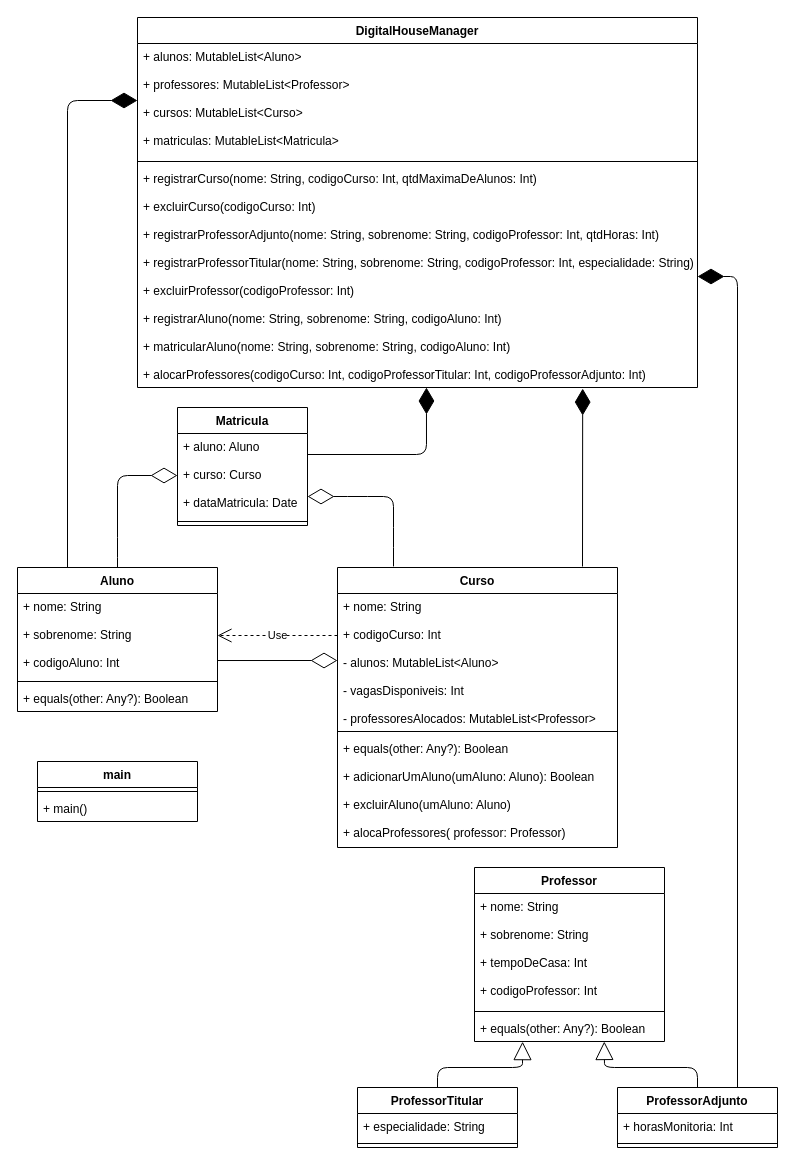
Earlier version of the draw.io diagram DesafioKotlin.drawio (artchier/desafio_kotlin). Source tidied: cells renumbered, new cells numbered last; positions are measured from the earlier drawing's top-left corner, leaving out a move shared by most shapes. Both pictures are drawn from the tidied source at 100%, with x=0, y=0 at pixel (17, 17).
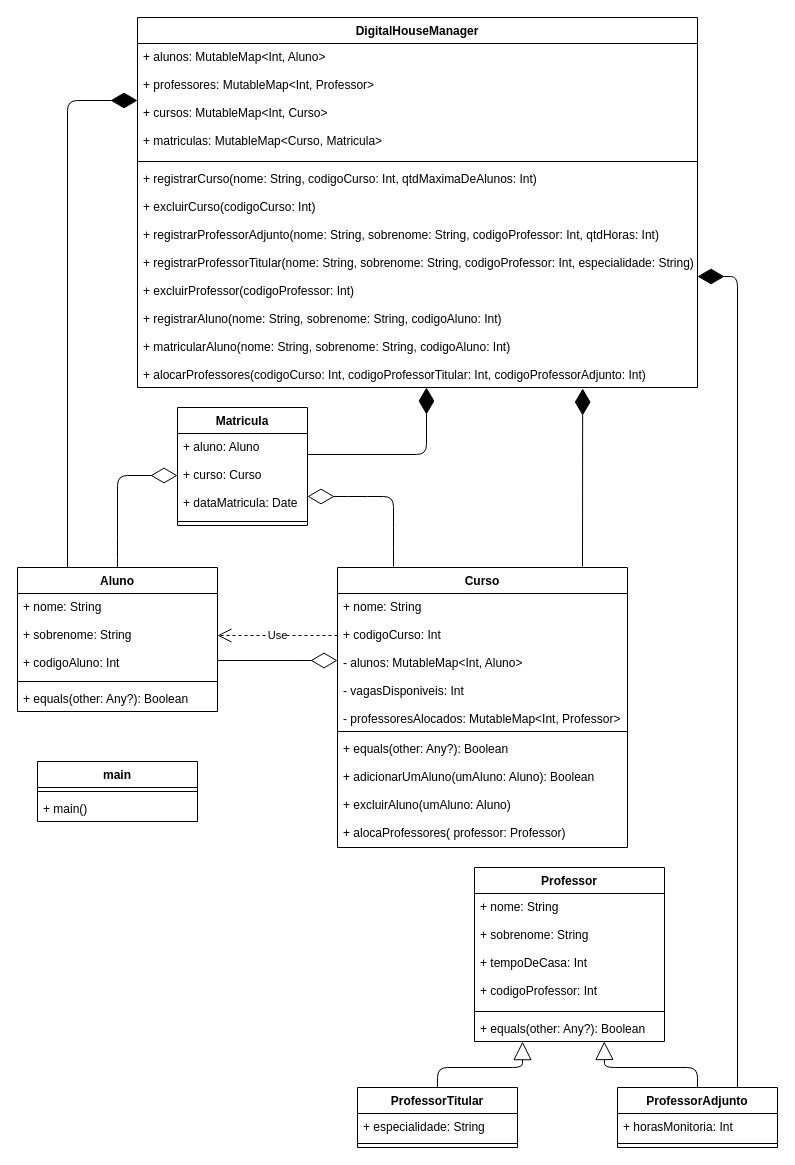
Above is the later version.

The change refers to these unchanged cells:
```xml
<mxCell id="11" value="+ aluno: Aluno&#10;&#10;+ curso: Curso&#10;&#10;+ dataMatricula: Date" style="text;strokeColor=none;fillColor=none;align=left;verticalAlign=top;spacingLeft=4;spacingRight=4;overflow=hidden;points=[[0,0.5],[1,0.5]];portConstraint=eastwest;" parent="10" vertex="1">
  <mxGeometry y="26" width="130" height="84" as="geometry" />
</mxCell>
<mxCell id="20" value="DigitalHouseManager" style="swimlane;fontStyle=1;align=center;verticalAlign=top;horizontal=1;startSize=26;" parent="1" vertex="1">
  <mxGeometry x="120" width="560" height="370" as="geometry" />
</mxCell>
```

The edit, as a diff of the source:
```diff
@@
-    <mxCell id="4" style="endArrow=diamondThin;endFill=0;endSize=24;html=1;exitX=0.2;exitY=-0.004;exitDx=0;exitDy=0;exitPerimeter=0;entryX=1;entryY=0.75;entryDx=0;entryDy=0;entryPerimeter=0;" parent="1" edge="1" source="6" target="11">
+    <mxCell id="4" style="endArrow=diamondThin;endFill=0;endSize=24;html=1;entryX=1;entryY=0.75;entryDx=0;entryDy=0;entryPerimeter=0;" parent="1" edge="1" target="11">
       <mxGeometry relative="1" as="geometry">
+        <mxPoint x="376" y="549" as="sourcePoint" />
         <Array as="points">
           <mxPoint x="376" y="520" />
           <mxPoint x="376" y="479" />
           <mxPoint x="340" y="479" />
         </Array>
       </mxGeometry>
     </mxCell>
@@
     <mxCell id="6" value="Curso" style="swimlane;fontStyle=1;align=center;verticalAlign=top;horizontal=1;startSize=26;" parent="1" vertex="1">
-      <mxGeometry x="320" y="550" width="280" height="280" as="geometry" />
+      <mxGeometry x="320" y="550" width="290" height="280" as="geometry" />
     </mxCell>
-    <mxCell id="7" value="+ nome: String&#10;&#10;+ codigoCurso: Int&#10;&#10;- alunos: MutableList&lt;Aluno&gt;&#10;&#10;- vagasDisponiveis: Int&#10;&#10;- professoresAlocados: MutableList&lt;Professor&gt;&#10;" style="text;strokeColor=none;fillColor=none;align=left;verticalAlign=top;spacingLeft=4;spacingRight=4;overflow=hidden;points=[[0,0.5],[1,0.5]];portConstraint=eastwest;" parent="6" vertex="1">
-      <mxGeometry y="26" width="280" height="134" as="geometry" />
+    <mxCell id="7" value="+ nome: String&#10;&#10;+ codigoCurso: Int&#10;&#10;- alunos: MutableMap&lt;Int, Aluno&gt;&#10;&#10;- vagasDisponiveis: Int&#10;&#10;- professoresAlocados: MutableMap&lt;Int, Professor&gt;&#10;" style="text;strokeColor=none;fillColor=none;align=left;verticalAlign=top;spacingLeft=4;spacingRight=4;overflow=hidden;points=[[0,0.5],[1,0.5]];portConstraint=eastwest;" parent="6" vertex="1">
+      <mxGeometry y="26" width="290" height="134" as="geometry" />
     </mxCell>
     <mxCell id="8" style="line;strokeWidth=1;fillColor=none;align=left;verticalAlign=middle;spacingTop=-1;spacingLeft=3;spacingRight=3;labelPosition=right;" parent="6" vertex="1">
-      <mxGeometry y="160" width="280" height="8" as="geometry" />
+      <mxGeometry y="160" width="290" height="8" as="geometry" />
     </mxCell>
     <mxCell id="9" value="+ equals(other: Any?): Boolean&#10;&#10;+ adicionarUmAluno(umAluno: Aluno): Boolean&#10;&#10;+ excluirAluno(umAluno: Aluno)&#10;&#10;+ alocaProfessores( professor: Professor)" style="text;strokeColor=none;fillColor=none;align=left;verticalAlign=top;spacingLeft=4;spacingRight=4;overflow=hidden;" parent="6" vertex="1">
-      <mxGeometry y="168" width="280" height="112" as="geometry" />
+      <mxGeometry y="168" width="290" height="112" as="geometry" />
     </mxCell>
@@
-    <mxCell id="21" value="+ alunos: MutableList&lt;Aluno&gt;&#10;&#10;+ professores: MutableList&lt;Professor&gt;&#10;&#10;+ cursos: MutableList&lt;Curso&gt;&#10;&#10;+ matriculas: MutableList&lt;Matricula&gt;" style="text;strokeColor=none;fillColor=none;align=left;verticalAlign=top;spacingLeft=4;spacingRight=4;overflow=hidden;points=[[0,0.5],[1,0.5]];portConstraint=eastwest;" parent="20" vertex="1">
+    <mxCell id="21" value="+ alunos: MutableMap&lt;Int, Aluno&gt;&#10;&#10;+ professores: MutableMap&lt;Int, Professor&gt;&#10;&#10;+ cursos: MutableMap&lt;Int, Curso&gt;&#10;&#10;+ matriculas: MutableMap&lt;Curso, Matricula&gt;" style="text;strokeColor=none;fillColor=none;align=left;verticalAlign=top;spacingLeft=4;spacingRight=4;overflow=hidden;points=[[0,0.5],[1,0.5]];portConstraint=eastwest;" parent="20" vertex="1">
       <mxGeometry y="26" width="560" height="114" as="geometry" />
     </mxCell>
```
